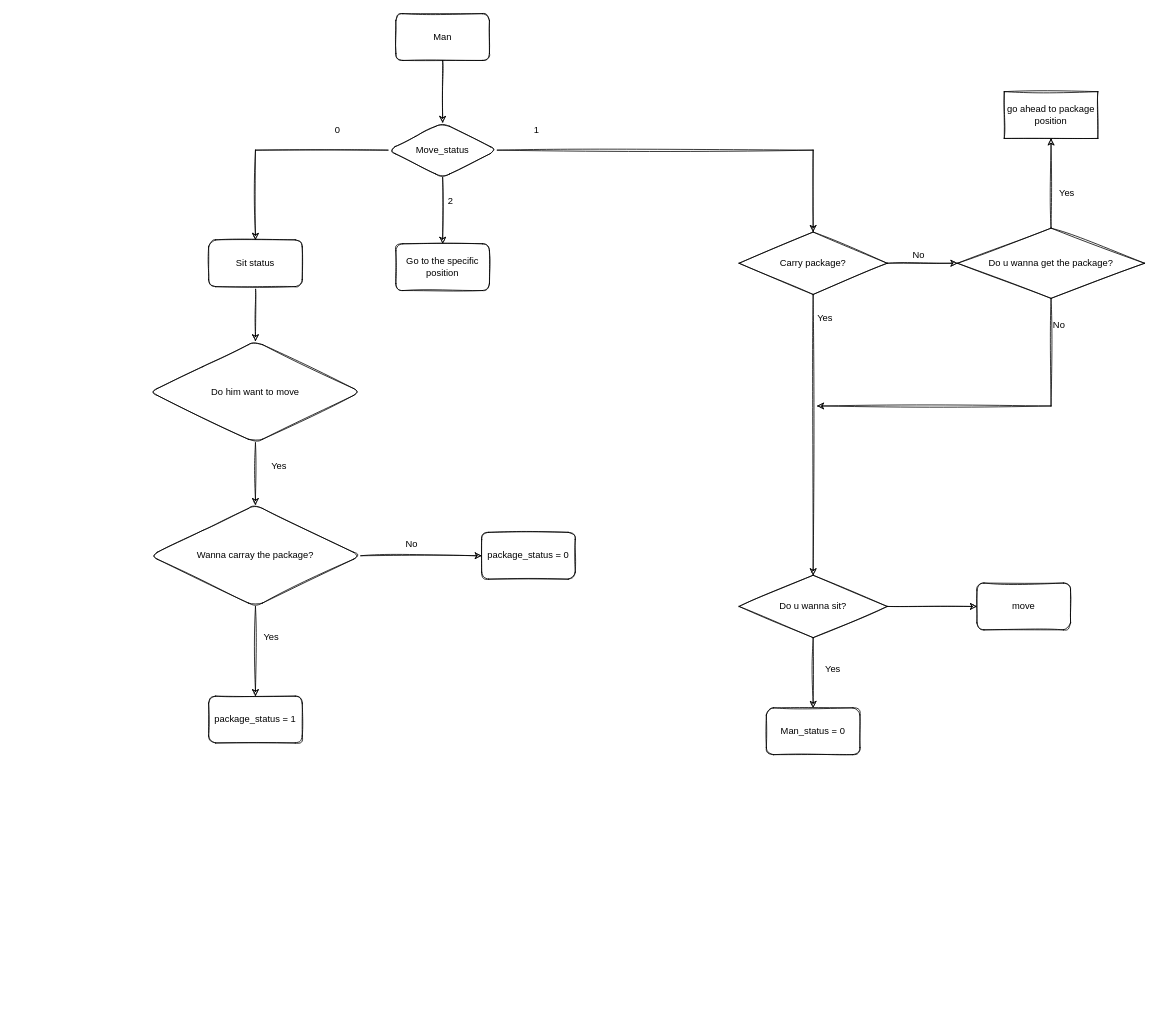
Above: Pizeo/Man_move_diagram.drawio in vertexi/Digital_recognize (draw.io), before the change. Source tidied: cells renumbered, new cells numbered last; positions are measured from the earlier drawing's top-left corner, leaving out a move shared by most shapes. Both pictures are drawn from the tidied source at 78%, with x=0, y=0 at pixel (150, 13).
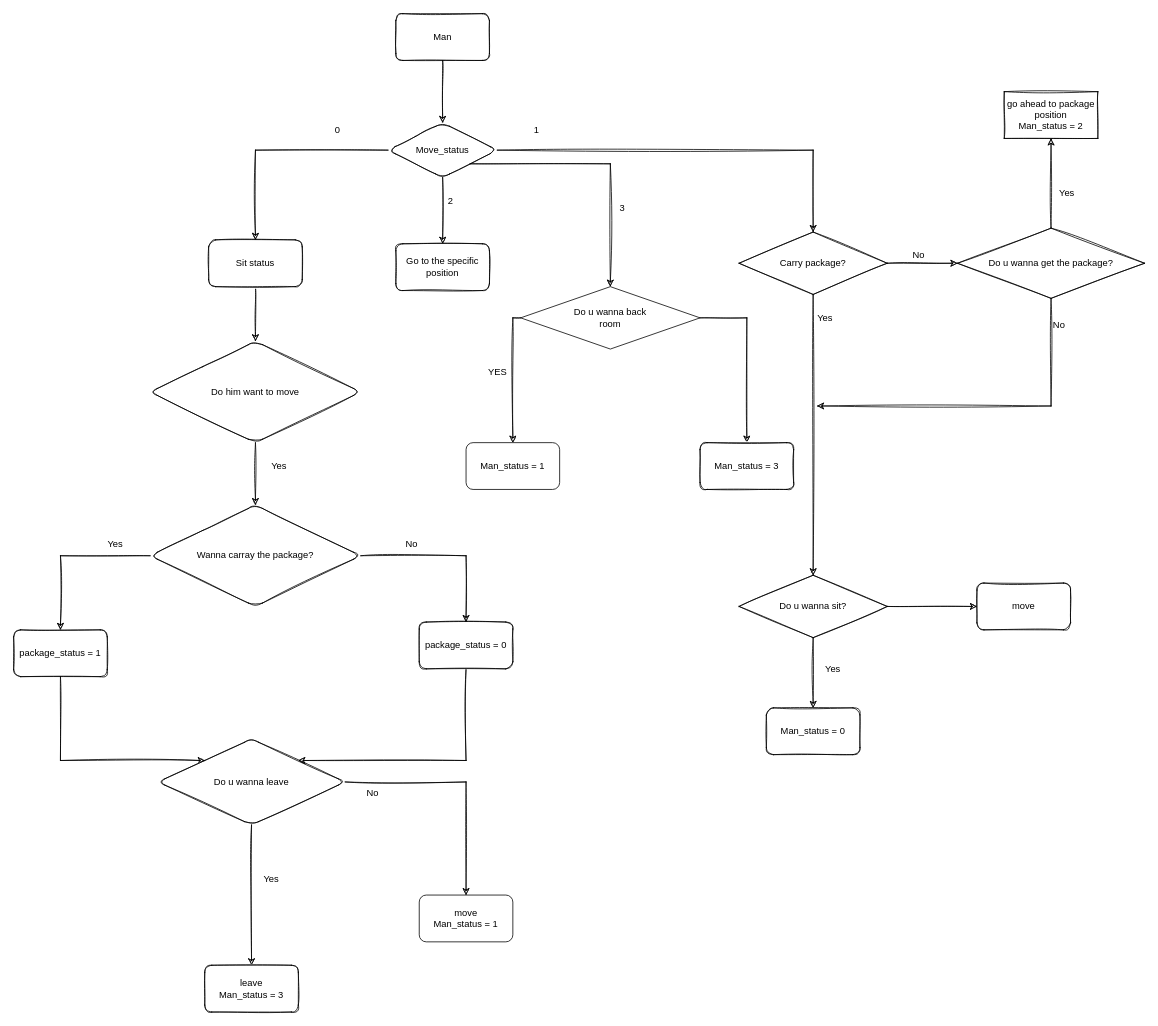
The same diagram, later.

The change refers to these unchanged cells:
```xml
<mxCell id="7" value="Move_status" style="rhombus;whiteSpace=wrap;html=1;rounded=1;sketch=1;" parent="1" vertex="1">
  <mxGeometry x="305" y="140" width="140" height="70" as="geometry" />
</mxCell>
```

Diff of the diagram source:
```diff
@@
+    <mxCell id="41" style="edgeStyle=orthogonalEdgeStyle;rounded=0;sketch=1;jettySize=auto;html=1;exitX=1;exitY=1;exitDx=0;exitDy=0;" parent="1" edge="1" source="7" target="53">
+      <mxGeometry relative="1" as="geometry" />
+    </mxCell>
@@
+    <mxCell id="42" style="edgeStyle=orthogonalEdgeStyle;rounded=0;sketch=1;jettySize=auto;html=1;entryX=0;entryY=0;entryDx=0;entryDy=0;" parent="1" edge="1" source="21" target="46">
+      <mxGeometry relative="1" as="geometry">
+        <Array as="points">
+          <mxPoint x="-115" y="958" />
+        </Array>
+      </mxGeometry>
+    </mxCell>
     <mxCell id="21" value="package_status = 1" style="whiteSpace=wrap;html=1;rounded=1;sketch=1;" parent="1" vertex="1">
-      <mxGeometry x="75" y="875" width="120" height="60" as="geometry" />
+      <mxGeometry x="-175" y="790" width="120" height="60" as="geometry" />
     </mxCell>
     <mxCell id="22" value="Yes" style="text;html=1;align=center;verticalAlign=middle;sketch=1;" parent="1" vertex="1">
-      <mxGeometry x="135" y="790" width="40" height="20" as="geometry" />
+      <mxGeometry x="-65" y="670" width="40" height="20" as="geometry" />
     </mxCell>
+    <mxCell id="43" style="edgeStyle=orthogonalEdgeStyle;rounded=0;sketch=1;jettySize=auto;html=1;entryX=1;entryY=0;entryDx=0;entryDy=0;" parent="1" edge="1" source="23" target="46">
+      <mxGeometry relative="1" as="geometry">
+        <Array as="points">
+          <mxPoint x="405" y="958" />
+        </Array>
+      </mxGeometry>
+    </mxCell>
     <mxCell id="23" value="package_status = 0" style="whiteSpace=wrap;html=1;rounded=1;sketch=1;" parent="1" vertex="1">
-      <mxGeometry x="425" y="665" width="120" height="60" as="geometry" />
+      <mxGeometry x="345" y="780" width="120" height="60" as="geometry" />
     </mxCell>
@@
-    <mxCell id="36" value="go ahead to package position" style="whiteSpace=wrap;html=1;sketch=1;" parent="1" vertex="1">
+    <mxCell id="36" value="go ahead to package position&lt;br&gt;Man_status = 2" style="whiteSpace=wrap;html=1;sketch=1;" parent="1" vertex="1">
       <mxGeometry x="1095" y="100" width="120" height="60" as="geometry" />
     </mxCell>
@@
+    <mxCell id="44" style="edgeStyle=orthogonalEdgeStyle;rounded=0;sketch=1;jettySize=auto;html=1;" parent="1" edge="1" source="46" target="47">
+      <mxGeometry relative="1" as="geometry" />
+    </mxCell>
+    <mxCell id="45" style="edgeStyle=orthogonalEdgeStyle;rounded=0;sketch=1;jettySize=auto;html=1;" parent="1" edge="1" source="46" target="48">
+      <mxGeometry relative="1" as="geometry" />
+    </mxCell>
+    <mxCell id="46" value="Do u wanna leave" style="rhombus;whiteSpace=wrap;html=1;rounded=1;sketch=1;" parent="1" vertex="1">
+      <mxGeometry x="10" y="930" width="240" height="110" as="geometry" />
+    </mxCell>
+    <mxCell id="47" value="leave&lt;br&gt;Man_status = 3" style="whiteSpace=wrap;html=1;rounded=1;sketch=1;" parent="1" vertex="1">
+      <mxGeometry x="70" y="1220" width="120" height="60" as="geometry" />
+    </mxCell>
+    <mxCell id="48" value="move&lt;br&gt;Man_status = 1" style="rounded=1;whiteSpace=wrap;html=1;" parent="1" vertex="1">
+      <mxGeometry x="345" y="1130" width="120" height="60" as="geometry" />
+    </mxCell>
+    <mxCell id="49" value="Yes" style="text;html=1;align=center;verticalAlign=middle;" parent="1" vertex="1">
+      <mxGeometry x="135" y="1100" width="40" height="20" as="geometry" />
+    </mxCell>
+    <mxCell id="50" value="No" style="text;html=1;align=center;verticalAlign=middle;" parent="1" vertex="1">
+      <mxGeometry x="270" y="990" width="30" height="20" as="geometry" />
+    </mxCell>
+    <mxCell id="51" style="edgeStyle=orthogonalEdgeStyle;rounded=0;sketch=1;jettySize=auto;html=1;exitX=0;exitY=0.5;exitDx=0;exitDy=0;" parent="1" edge="1" source="53" target="54">
+      <mxGeometry relative="1" as="geometry">
+        <Array as="points">
+          <mxPoint x="465" y="390" />
+        </Array>
+      </mxGeometry>
+    </mxCell>
+    <mxCell id="52" style="edgeStyle=orthogonalEdgeStyle;rounded=0;sketch=1;jettySize=auto;html=1;entryX=0.5;entryY=0;entryDx=0;entryDy=0;" parent="1" edge="1" source="53" target="56">
+      <mxGeometry relative="1" as="geometry">
+        <Array as="points">
+          <mxPoint x="765" y="390" />
+        </Array>
+      </mxGeometry>
+    </mxCell>
+    <mxCell id="53" value="Do u wanna back&lt;br&gt;room" style="rhombus;whiteSpace=wrap;html=1;" parent="1" vertex="1">
+      <mxGeometry x="475" y="350" width="230" height="80" as="geometry" />
+    </mxCell>
+    <mxCell id="54" value="Man_status = 1" style="rounded=1;whiteSpace=wrap;html=1;" parent="1" vertex="1">
+      <mxGeometry x="405" y="550" width="120" height="60" as="geometry" />
+    </mxCell>
+    <mxCell id="55" value="YES" style="text;html=1;align=center;verticalAlign=middle;" parent="1" vertex="1">
+      <mxGeometry x="425" y="450" width="40" height="20" as="geometry" />
+    </mxCell>
+    <mxCell id="56" value="Man_status = 3" style="rounded=1;whiteSpace=wrap;html=1;sketch=1;" parent="1" vertex="1">
+      <mxGeometry x="705" y="550" width="120" height="60" as="geometry" />
+    </mxCell>
+    <mxCell id="57" value="3" style="text;html=1;align=center;verticalAlign=middle;" parent="1" vertex="1">
+      <mxGeometry x="595" y="240" width="20" height="20" as="geometry" />
+    </mxCell>
```
